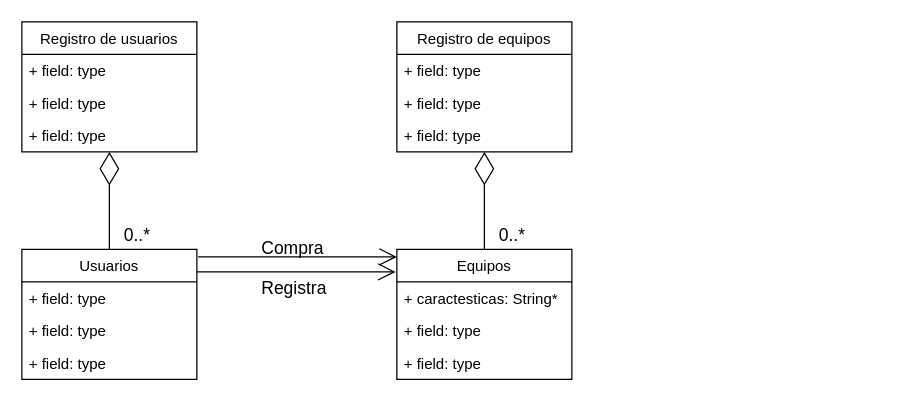
The draw.io diagram ModeloDeDominio.drawio in pierreLucas40/INF236, before the edit. Source tidied: cells renumbered, new cells numbered last; positions are measured from the earlier drawing's top-left corner, leaving out a move shared by most shapes. Both pictures are drawn from the tidied source at 125%, with x=0, y=0 at pixel (21, 21).
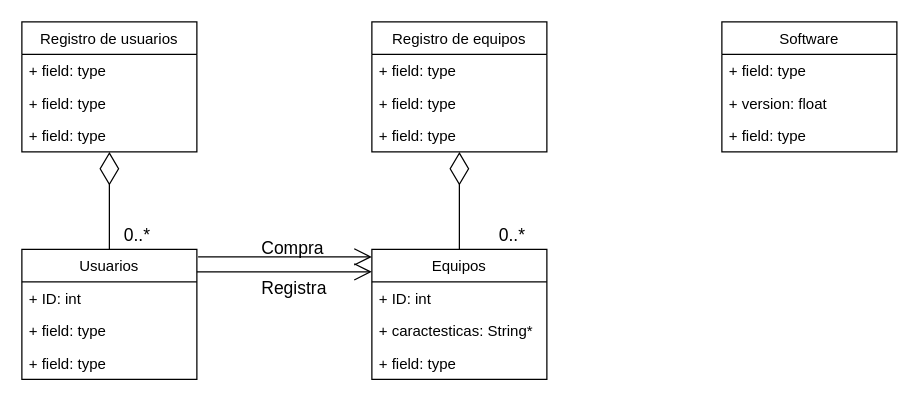
Above is the later version.

Unchanged cells that the change refers to:
```xml
<mxCell id="6" value="Usuarios" style="swimlane;fontStyle=0;horizontal=1;startSize=26;fillColor=none;" parent="1" vertex="1">
  <mxGeometry y="182" width="140" height="104" as="geometry" />
</mxCell>
```

What changed in the source:
```diff
@@
-    <mxCell id="7" value="+ field: type" style="text;strokeColor=none;fillColor=none;align=left;verticalAlign=top;spacingLeft=4;spacingRight=4;overflow=hidden;" parent="6" vertex="1">
+    <mxCell id="7" value="+ ID: int" style="text;strokeColor=none;fillColor=none;align=left;verticalAlign=top;spacingLeft=4;spacingRight=4;overflow=hidden;" parent="6" vertex="1">
       <mxGeometry y="26" width="140" height="26" as="geometry" />
     </mxCell>
@@
     <mxCell id="11" value="Registro de equipos" style="swimlane;fontStyle=0;horizontal=1;startSize=26;fillColor=none;" parent="1" vertex="1">
-      <mxGeometry x="300" width="140" height="104" as="geometry" />
+      <mxGeometry x="280" width="140" height="104" as="geometry" />
     </mxCell>
@@
     <mxCell id="15" value="Equipos" style="swimlane;fontStyle=0;horizontal=1;startSize=26;fillColor=none;" parent="1" vertex="1">
-      <mxGeometry x="300" y="182" width="140" height="104" as="geometry" />
+      <mxGeometry x="280" y="182" width="140" height="104" as="geometry" />
     </mxCell>
+    <mxCell id="17" value="+ ID: int" style="text;strokeColor=none;fillColor=none;align=left;verticalAlign=top;spacingLeft=4;spacingRight=4;overflow=hidden;" parent="15" vertex="1">
+      <mxGeometry y="26" width="140" height="26" as="geometry" />
+    </mxCell>
     <mxCell id="16" value="+ caractesticas: String*" style="text;strokeColor=none;fillColor=none;align=left;verticalAlign=top;spacingLeft=4;spacingRight=4;overflow=hidden;" parent="15" vertex="1">
-      <mxGeometry y="26" width="140" height="26" as="geometry" />
+      <mxGeometry y="52" width="140" height="26" as="geometry" />
     </mxCell>
-    <mxCell id="17" value="+ field: type" style="text;strokeColor=none;fillColor=none;align=left;verticalAlign=top;spacingLeft=4;spacingRight=4;overflow=hidden;" parent="15" vertex="1">
-      <mxGeometry y="52" width="140" height="26" as="geometry" />
-    </mxCell>
@@
-    <mxCell id="22" style="endArrow=open;endFill=1;endSize=12;html=1;strokeColor=#000000;entryX=0.007;entryY=0.154;entryDx=0;entryDy=0;entryPerimeter=0;exitX=1.014;exitY=0.154;exitDx=0;exitDy=0;exitPerimeter=0;" parent="1" edge="1">
+    <mxCell id="22" style="endArrow=open;endFill=1;endSize=12;html=1;strokeColor=#000000;exitX=1.014;exitY=0.154;exitDx=0;exitDy=0;exitPerimeter=0;" parent="1" edge="1">
       <mxGeometry relative="1" as="geometry">
         <mxPoint x="141" y="188" as="sourcePoint" />
-        <mxPoint x="300" y="188" as="targetPoint" />
+        <mxPoint x="280" y="188" as="targetPoint" />
         <Array as="points">
           <mxPoint x="209" y="188" />
         </Array>
       </mxGeometry>
     </mxCell>
@@
-    <mxCell id="24" style="endArrow=open;endFill=1;endSize=12;html=1;strokeColor=#000000;entryX=0.007;entryY=0.154;entryDx=0;entryDy=0;entryPerimeter=0;exitX=1.014;exitY=0.154;exitDx=0;exitDy=0;exitPerimeter=0;" parent="1" edge="1">
+    <mxCell id="24" style="endArrow=open;endFill=1;endSize=12;html=1;strokeColor=#000000;entryX=0;entryY=0.173;entryDx=0;entryDy=0;entryPerimeter=0;exitX=1.014;exitY=0.154;exitDx=0;exitDy=0;exitPerimeter=0;" parent="1" edge="1" target="15">
       <mxGeometry relative="1" as="geometry">
         <mxPoint x="140" y="200" as="sourcePoint" />
-        <mxPoint x="299" y="200" as="targetPoint" />
         <Array as="points">
           <mxPoint x="208" y="200" />
         </Array>
       </mxGeometry>
     </mxCell>
@@
+    <mxCell id="26" value="Software" style="swimlane;fontStyle=0;horizontal=1;startSize=26;fillColor=none;" parent="1" vertex="1">
+      <mxGeometry x="560" width="140" height="104" as="geometry" />
+    </mxCell>
+    <mxCell id="27" value="+ field: type" style="text;strokeColor=none;fillColor=none;align=left;verticalAlign=top;spacingLeft=4;spacingRight=4;overflow=hidden;" parent="26" vertex="1">
+      <mxGeometry y="26" width="140" height="26" as="geometry" />
+    </mxCell>
+    <mxCell id="28" value="+ version: float" style="text;strokeColor=none;fillColor=none;align=left;verticalAlign=top;spacingLeft=4;spacingRight=4;overflow=hidden;" parent="26" vertex="1">
+      <mxGeometry y="52" width="140" height="26" as="geometry" />
+    </mxCell>
+    <mxCell id="29" value="+ field: type" style="text;strokeColor=none;fillColor=none;align=left;verticalAlign=top;spacingLeft=4;spacingRight=4;overflow=hidden;" parent="26" vertex="1">
+      <mxGeometry y="78" width="140" height="26" as="geometry" />
+    </mxCell>
```
